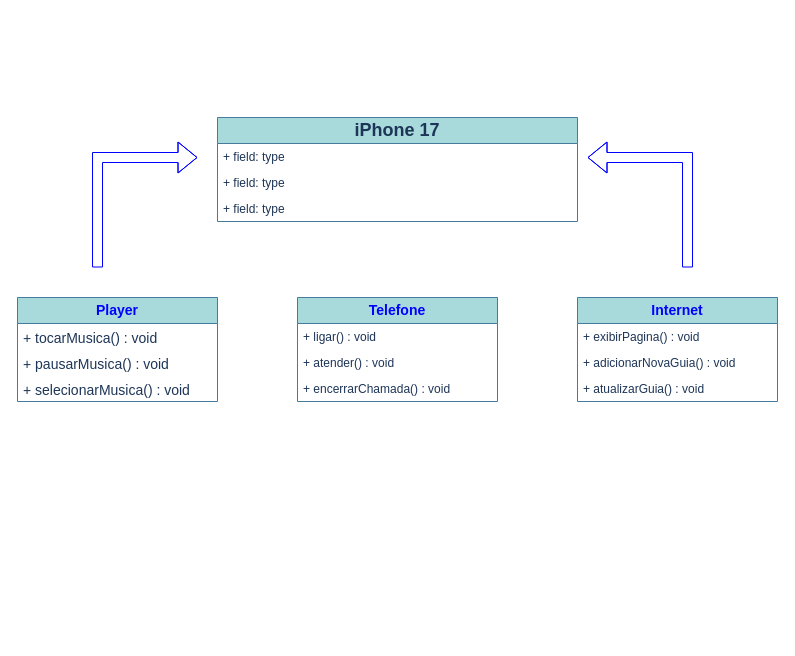
Above: Diagrama Poo Desafio DIO Iphone17.drawio in RosangelaHenry/dio-trilha-java-basico-desafio3--iPhone17 (draw.io), before the change. Source tidied: cells renumbered, new cells numbered last; positions are measured from the earlier drawing's top-left corner, leaving out a move shared by most shapes. Both pictures are drawn from the tidied source at 100%, with x=0, y=0 at pixel (17, 117).
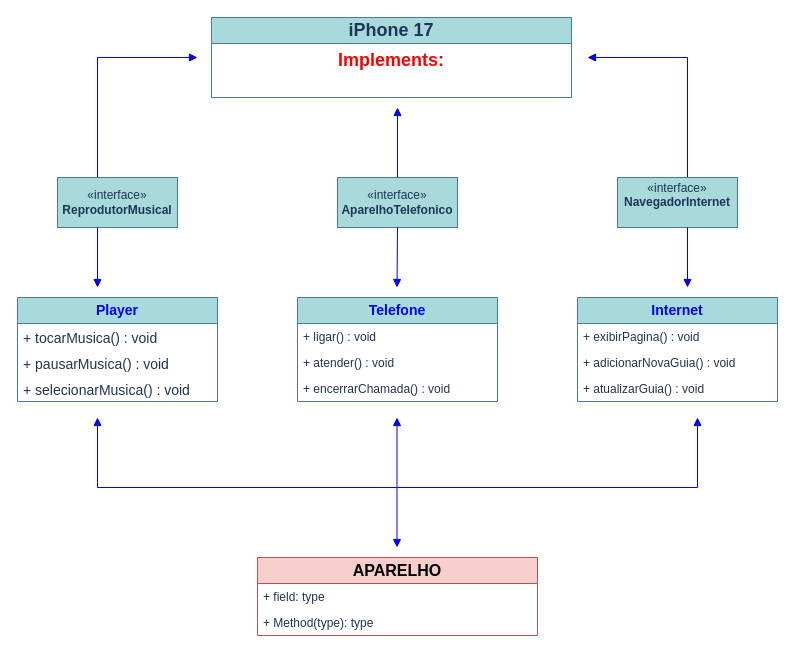
Above is the later version.

What changed in the source:
```diff
@@
     <mxCell id="14" value="&lt;span style=&quot;font-size: 18px;&quot;&gt;&lt;b&gt;iPhone 17&lt;/b&gt;&lt;/span&gt;" style="swimlane;fontStyle=0;horizontal=1;startSize=26;fillColor=#A8DADC;whiteSpace=wrap;html=1;fontColor=#1D3557;strokeColor=#457B9D;labelBackgroundColor=none;" parent="1" vertex="1">
-      <mxGeometry x="200" width="360" height="104" as="geometry" />
+      <mxGeometry x="194" y="-100" width="360" height="80" as="geometry" />
     </mxCell>
-    <mxCell id="15" value="+ field: type" style="text;strokeColor=none;fillColor=none;align=left;verticalAlign=top;spacingLeft=4;spacingRight=4;overflow=hidden;whiteSpace=wrap;html=1;labelBackgroundColor=none;fontColor=#1D3557;" parent="14" vertex="1">
-      <mxGeometry y="26" width="360" height="26" as="geometry" />
+    <mxCell id="15" value="&lt;div style=&quot;&quot;&gt;&lt;b style=&quot;background-color: initial;&quot;&gt;&lt;font style=&quot;font-size: 18px;&quot; color=&quot;#ff0000&quot;&gt;Implements:&lt;/font&gt;&lt;/b&gt;&lt;/div&gt;" style="text;strokeColor=none;fillColor=none;align=center;verticalAlign=top;spacingLeft=4;spacingRight=4;overflow=hidden;whiteSpace=wrap;html=1;labelBackgroundColor=none;fontColor=#1D3557;" parent="14" vertex="1">
+      <mxGeometry y="26" width="360" height="54" as="geometry" />
     </mxCell>
-    <mxCell id="16" value="+ field: type" style="text;strokeColor=none;fillColor=none;align=left;verticalAlign=top;spacingLeft=4;spacingRight=4;overflow=hidden;whiteSpace=wrap;html=1;labelBackgroundColor=none;fontColor=#1D3557;" parent="14" vertex="1">
-      <mxGeometry y="52" width="360" height="26" as="geometry" />
-    </mxCell>
-    <mxCell id="17" value="+ field: type" style="text;strokeColor=none;fillColor=none;align=left;verticalAlign=top;spacingLeft=4;spacingRight=4;overflow=hidden;whiteSpace=wrap;html=1;labelBackgroundColor=none;fontColor=#1D3557;" parent="14" vertex="1">
-      <mxGeometry y="78" width="360" height="26" as="geometry" />
-    </mxCell>
-    <mxCell id="18" style="html=1;verticalAlign=bottom;endArrow=block;rounded=0;labelBackgroundColor=none;strokeColor=#0000FF;fontColor=default;edgeStyle=orthogonalEdgeStyle;shape=flexArrow;fillColor=#FFFFFF;strokeWidth=1;" parent="1" edge="1">
+    <mxCell id="18" style="html=1;verticalAlign=bottom;endArrow=block;rounded=0;labelBackgroundColor=none;strokeColor=#0000FF;fontColor=default;edgeStyle=orthogonalEdgeStyle;fillColor=#FFFFFF;strokeWidth=1;exitX=0.625;exitY=0.02;exitDx=0;exitDy=0;exitPerimeter=0;" parent="1" edge="1" source="21">
       <mxGeometry relative="1" as="geometry">
-        <mxPoint x="670" y="150" as="sourcePoint" />
-        <mxPoint x="570" y="40" as="targetPoint" />
+        <mxPoint x="570" y="-60" as="targetPoint" />
         <Array as="points">
-          <mxPoint x="670" y="40" />
+          <mxPoint x="670" y="61" />
+          <mxPoint x="670" y="-60" />
         </Array>
       </mxGeometry>
     </mxCell>
-    <mxCell id="19" style="html=1;verticalAlign=bottom;endArrow=block;rounded=0;labelBackgroundColor=none;fontColor=default;edgeStyle=orthogonalEdgeStyle;shape=flexArrow;fillColor=default;strokeColor=#0000FF;" parent="1" edge="1">
+    <mxCell id="19" style="html=1;verticalAlign=bottom;endArrow=block;rounded=0;labelBackgroundColor=none;fontColor=default;edgeStyle=orthogonalEdgeStyle;fillColor=default;strokeColor=#0000FF;" parent="1" edge="1" source="20">
       <mxGeometry relative="1" as="geometry">
-        <mxPoint x="80" y="150" as="sourcePoint" />
-        <mxPoint x="180" y="40" as="targetPoint" />
+        <mxPoint x="180" y="-60" as="targetPoint" />
         <Array as="points">
-          <mxPoint x="80" y="40" />
+          <mxPoint x="80" y="-60" />
         </Array>
       </mxGeometry>
     </mxCell>
+    <mxCell id="20" value="«interface»&lt;br&gt;&lt;b&gt;ReprodutorMusical&lt;/b&gt;" style="html=1;whiteSpace=wrap;strokeColor=#457B9D;fontColor=#1D3557;fillColor=#A8DADC;" parent="1" vertex="1">
+      <mxGeometry x="40" y="60" width="120" height="50" as="geometry" />
+    </mxCell>
+    <mxCell id="21" value="&lt;div&gt;&lt;br&gt;&lt;/div&gt;&lt;div&gt;&lt;br&gt;&lt;/div&gt;«interface»&lt;br&gt;&lt;b&gt;NavegadorInternet&lt;/b&gt;&lt;br&gt;&lt;div&gt;&lt;b&gt;&lt;br&gt;&lt;/b&gt;&lt;/div&gt;&lt;div&gt;&lt;b&gt;&lt;br&gt;&lt;/b&gt;&lt;/div&gt;&lt;div&gt;&lt;b&gt;&lt;br&gt;&lt;/b&gt;&lt;/div&gt;" style="html=1;whiteSpace=wrap;strokeColor=#457B9D;fontColor=#1D3557;fillColor=#A8DADC;" parent="1" vertex="1">
+      <mxGeometry x="600" y="60" width="120" height="50" as="geometry" />
+    </mxCell>
+    <mxCell id="22" value="«interface»&lt;br&gt;&lt;b&gt;AparelhoTelefonico&lt;/b&gt;" style="html=1;whiteSpace=wrap;strokeColor=#457B9D;fontColor=#1D3557;fillColor=#A8DADC;" parent="1" vertex="1">
+      <mxGeometry x="320" y="60" width="120" height="50" as="geometry" />
+    </mxCell>
+    <mxCell id="23" style="html=1;verticalAlign=bottom;endArrow=block;curved=0;rounded=0;strokeColor=#0000FF;fontColor=#1D3557;fillColor=#A8DADC;exitX=0.5;exitY=1;exitDx=0;exitDy=0;" parent="1" edge="1" source="22">
+      <mxGeometry relative="1" as="geometry">
+        <mxPoint x="379.5" y="170" as="targetPoint" />
+      </mxGeometry>
+    </mxCell>
+    <mxCell id="24" style="html=1;verticalAlign=bottom;endArrow=block;curved=0;rounded=0;strokeColor=#0000FF;fontColor=#1D3557;fillColor=#A8DADC;" parent="1" edge="1">
+      <mxGeometry relative="1" as="geometry">
+        <mxPoint x="80" y="110" as="sourcePoint" />
+        <mxPoint x="80" y="170" as="targetPoint" />
+      </mxGeometry>
+    </mxCell>
+    <mxCell id="25" style="html=1;verticalAlign=bottom;endArrow=block;curved=0;rounded=0;strokeColor=#0000FF;fontColor=#1D3557;fillColor=#A8DADC;" parent="1" edge="1">
+      <mxGeometry relative="1" as="geometry">
+        <mxPoint x="670" y="110" as="sourcePoint" />
+        <mxPoint x="670" y="170" as="targetPoint" />
+      </mxGeometry>
+    </mxCell>
+    <mxCell id="26" style="html=1;verticalAlign=bottom;endArrow=block;curved=0;rounded=0;strokeColor=#0000FF;fontColor=#1D3557;fillColor=#A8DADC;exitX=0.5;exitY=0;exitDx=0;exitDy=0;" parent="1" edge="1" source="22">
+      <mxGeometry relative="1" as="geometry">
+        <mxPoint x="380" y="-10" as="targetPoint" />
+      </mxGeometry>
+    </mxCell>
+    <mxCell id="27" style="endArrow=block;startArrow=block;endFill=1;startFill=1;html=1;rounded=0;strokeColor=#0000FF;fontColor=#1D3557;fillColor=#A8DADC;edgeStyle=orthogonalEdgeStyle;" parent="1" edge="1">
+      <mxGeometry relative="1" as="geometry">
+        <mxPoint x="80" y="300" as="sourcePoint" />
+        <mxPoint x="680" y="300" as="targetPoint" />
+        <Array as="points">
+          <mxPoint x="80" y="370" />
+          <mxPoint x="680" y="370" />
+        </Array>
+      </mxGeometry>
+    </mxCell>
+    <mxCell id="28" style="endArrow=block;startArrow=block;endFill=1;startFill=1;html=1;rounded=0;strokeColor=#0000FF;fontColor=#1D3557;fillColor=#A8DADC;" parent="1" edge="1">
+      <mxGeometry relative="1" as="geometry">
+        <mxPoint x="379.5" y="300" as="sourcePoint" />
+        <mxPoint x="379.5" y="430" as="targetPoint" />
+      </mxGeometry>
+    </mxCell>
+    <mxCell id="29" value="&lt;font size=&quot;3&quot;&gt;&lt;b&gt;APARELHO&lt;/b&gt;&lt;/font&gt;" style="swimlane;fontStyle=0;horizontal=1;startSize=26;fillColor=#f8cecc;whiteSpace=wrap;html=1;strokeColor=#b85450;" parent="1" vertex="1">
+      <mxGeometry x="240" y="440" width="280" height="78" as="geometry" />
+    </mxCell>
+    <mxCell id="30" value="+ field: type" style="text;strokeColor=none;fillColor=none;align=left;verticalAlign=top;spacingLeft=4;spacingRight=4;overflow=hidden;whiteSpace=wrap;html=1;fontColor=#1D3557;" parent="29" vertex="1">
+      <mxGeometry y="26" width="280" height="26" as="geometry" />
+    </mxCell>
+    <mxCell id="31" value="+ Method(type): type" style="text;strokeColor=none;fillColor=none;align=left;verticalAlign=top;spacingLeft=4;spacingRight=4;overflow=hidden;whiteSpace=wrap;html=1;fontColor=#1D3557;" parent="29" vertex="1">
+      <mxGeometry y="52" width="280" height="26" as="geometry" />
+    </mxCell>
```
